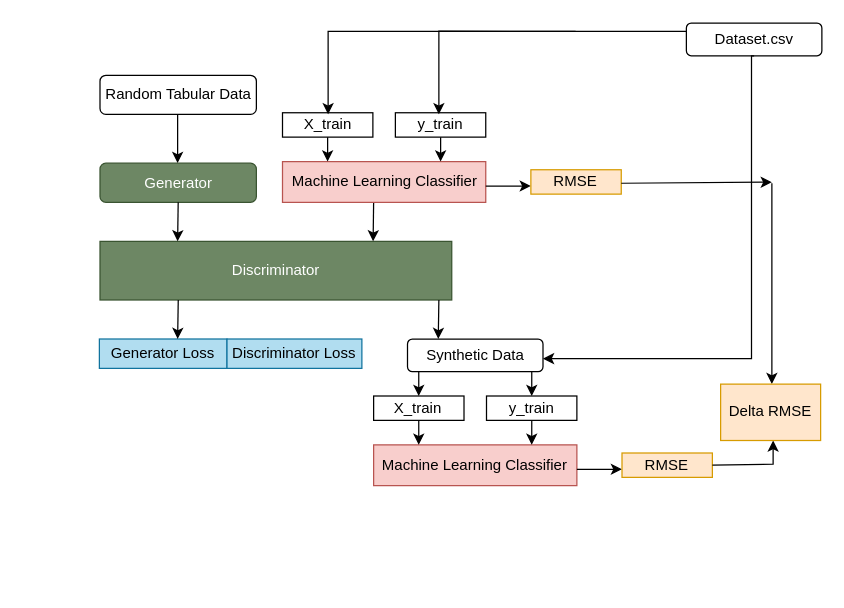
The draw.io diagram Untitled Diagram.drawio in Hameon4/Vanilla-GAN-Based-Training-for-Binary-Classifier, before the edit. Source tidied: cells renumbered, new cells numbered last; positions are measured from the earlier drawing's top-left corner, leaving out a move shared by most shapes. Both pictures are drawn from the tidied source at 125%, with x=0, y=0 at pixel (21, 22).
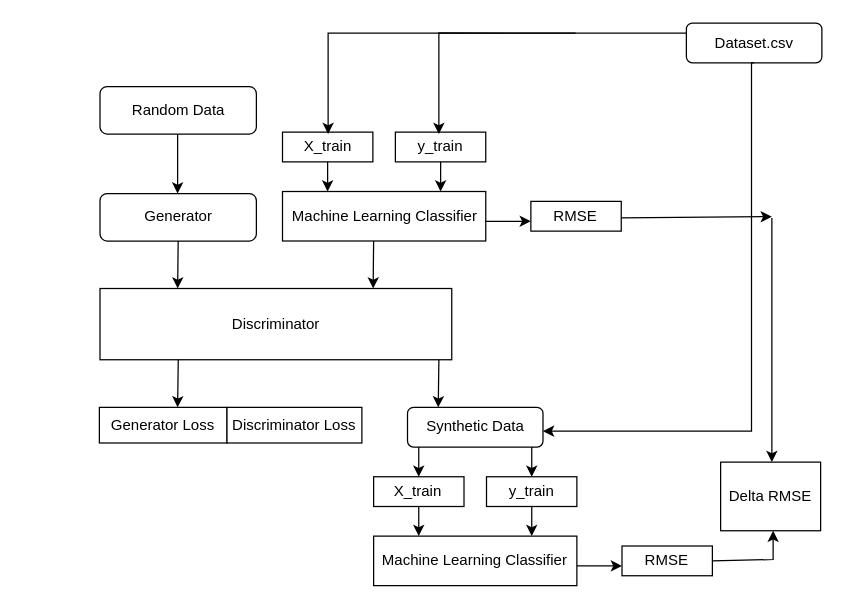
The same diagram, later.

Change to the diagram source:
```diff
@@
     <mxCell id="2" style="group;" parent="1" vertex="1">
-      <mxGeometry width="640" height="370" as="geometry" />
+      <mxGeometry width="640" height="450" as="geometry" />
     </mxCell>
     <mxCell id="3" style="group;" parent="2" vertex="1">
-      <mxGeometry width="640" height="370" as="geometry" />
+      <mxGeometry width="640" height="450" as="geometry" />
     </mxCell>
-    <mxCell id="4" value="Random Tabular Data" style="rounded=1;whiteSpace=wrap;html=1;fontSize=12;glass=0;strokeWidth=1;shadow=0;" parent="3" vertex="1">
-      <mxGeometry x="62.5" y="41.7" width="125.1" height="31.3" as="geometry" />
+    <mxCell id="4" value="Random Data" style="rounded=1;whiteSpace=wrap;html=1;fontSize=12;glass=0;strokeWidth=1;shadow=0;" parent="3" vertex="1">
+      <mxGeometry x="62.5" y="50.7" width="125.1" height="38" as="geometry" />
     </mxCell>
-    <mxCell id="5" value="Discriminator" style="rounded=0;whiteSpace=wrap;html=1;fillColor=#6d8764;fontColor=#ffffff;strokeColor=#3A5431;" parent="3" vertex="1">
-      <mxGeometry x="62.5" y="174.6" width="281.4" height="46.9" as="geometry" />
+    <mxCell id="5" value="&lt;font color=&quot;#000000&quot;&gt;Discriminator&lt;/font&gt;" style="rounded=0;whiteSpace=wrap;html=1;fillColor=#FFFFFF;fontColor=#ffffff;strokeColor=#000000;" parent="3" vertex="1">
+      <mxGeometry x="62.5" y="212.3" width="281.4" height="57" as="geometry" />
     </mxCell>
-    <mxCell id="6" value="Generator" style="rounded=1;whiteSpace=wrap;html=1;fillColor=#6d8764;fontColor=#ffffff;strokeColor=#3A5431;" parent="3" vertex="1">
-      <mxGeometry x="62.5" y="112" width="125.1" height="31.3" as="geometry" />
+    <mxCell id="6" value="&lt;font color=&quot;#000000&quot;&gt;Generator&lt;/font&gt;" style="rounded=1;whiteSpace=wrap;html=1;fillColor=#FFFFFF;fontColor=#ffffff;strokeColor=#000000;" parent="3" vertex="1">
+      <mxGeometry x="62.5" y="136.3" width="125.1" height="38" as="geometry" />
     </mxCell>
-    <mxCell id="7" value="Generator&amp;nbsp;Loss" style="rounded=0;whiteSpace=wrap;html=1;fillColor=#b1ddf0;strokeColor=#10739e;" parent="3" vertex="1">
-      <mxGeometry x="62" y="252.7" width="102.1" height="23.5" as="geometry" />
+    <mxCell id="7" value="Generator&amp;nbsp;Loss" style="rounded=0;whiteSpace=wrap;html=1;fillColor=#FFFFFF;strokeColor=#000000;" parent="3" vertex="1">
+      <mxGeometry x="62" y="307.4" width="102.1" height="28.5" as="geometry" />
     </mxCell>
-    <mxCell id="8" value="Discriminator Loss" style="rounded=0;whiteSpace=wrap;html=1;fillColor=#b1ddf0;strokeColor=#10739e;" parent="3" vertex="1">
-      <mxGeometry x="164.1" y="252.7" width="107.9" height="23.5" as="geometry" />
+    <mxCell id="8" value="Discriminator Loss" style="rounded=0;whiteSpace=wrap;html=1;fillColor=#FFFFFF;strokeColor=#000000;" parent="3" vertex="1">
+      <mxGeometry x="164.1" y="307.4" width="107.9" height="28.5" as="geometry" />
     </mxCell>
     <mxCell id="9" style="endArrow=classic;html=1;rounded=0;" parent="3" edge="1">
       <mxGeometry relative="1" as="geometry">
-        <mxPoint x="124.6" y="73" as="sourcePoint" />
-        <mxPoint x="124.6" y="112" as="targetPoint" />
+        <mxPoint x="124.6" y="88.7" as="sourcePoint" />
+        <mxPoint x="124.6" y="136.3" as="targetPoint" />
       </mxGeometry>
     </mxCell>
     <mxCell id="10" style="endArrow=classic;html=1;rounded=0;exitX=0.5;exitY=1;exitDx=0;exitDy=0;" parent="3" edge="1" source="6">
       <mxGeometry relative="1" as="geometry">
-        <mxPoint x="124.6" y="174.6" as="targetPoint" />
+        <mxPoint x="124.6" y="212.3" as="targetPoint" />
       </mxGeometry>
     </mxCell>
     <mxCell id="11" style="endArrow=classic;html=1;rounded=0;exitX=0.5;exitY=1;exitDx=0;exitDy=0;" parent="3" edge="1">
       <mxGeometry relative="1" as="geometry">
-        <mxPoint x="281.4" y="143.3" as="sourcePoint" />
-        <mxPoint x="281" y="174.6" as="targetPoint" />
+        <mxPoint x="281.4" y="174.3" as="sourcePoint" />
+        <mxPoint x="281" y="212.3" as="targetPoint" />
       </mxGeometry>
     </mxCell>
     <mxCell id="12" style="endArrow=classic;html=1;rounded=0;exitX=0.5;exitY=1;exitDx=0;exitDy=0;" parent="3" edge="1">
       <mxGeometry relative="1" as="geometry">
-        <mxPoint x="333.6" y="221.5" as="sourcePoint" />
-        <mxPoint x="333.1" y="252.7" as="targetPoint" />
+        <mxPoint x="333.6" y="269.4" as="sourcePoint" />
+        <mxPoint x="333.1" y="307.4" as="targetPoint" />
       </mxGeometry>
     </mxCell>
     <mxCell id="13" style="endArrow=classic;html=1;rounded=0;exitX=0.5;exitY=1;exitDx=0;exitDy=0;" parent="3" edge="1">
       <mxGeometry relative="1" as="geometry">
-        <mxPoint x="125.1" y="221.5" as="sourcePoint" />
-        <mxPoint x="124.6" y="252.7" as="targetPoint" />
+        <mxPoint x="125.1" y="269.4" as="sourcePoint" />
+        <mxPoint x="124.6" y="307.4" as="targetPoint" />
       </mxGeometry>
     </mxCell>
     <mxCell id="14" style="group;" parent="3" vertex="1">
-      <mxGeometry x="281.4" y="252.7" width="271" height="117.3" as="geometry" />
+      <mxGeometry x="281.4" y="307.4" width="271" height="142.6" as="geometry" />
     </mxCell>
     <mxCell id="15" style="group;" parent="14" vertex="1">
-      <mxGeometry width="162.6" height="117.3" as="geometry" />
+      <mxGeometry width="162.6" height="142.6" as="geometry" />
     </mxCell>
     <mxCell id="16" value="Synthetic Data" style="rounded=1;whiteSpace=wrap;html=1;fontSize=12;glass=0;strokeWidth=1;shadow=0;" parent="15" vertex="1">
-      <mxGeometry x="27.1" width="108.4" height="26.1" as="geometry" />
+      <mxGeometry x="27.1" width="108.4" height="31.7" as="geometry" />
     </mxCell>
     <mxCell id="17" value="X_train" style="rounded=0;whiteSpace=wrap;html=1;" parent="15" vertex="1">
-      <mxGeometry y="45.6" width="72.3" height="19.5" as="geometry" />
+      <mxGeometry y="55.5" width="72.3" height="23.8" as="geometry" />
     </mxCell>
     <mxCell id="18" value="y_train" style="rounded=0;whiteSpace=wrap;html=1;" parent="15" vertex="1">
-      <mxGeometry x="90.3" y="45.6" width="72.3" height="19.5" as="geometry" />
+      <mxGeometry x="90.3" y="55.5" width="72.3" height="23.8" as="geometry" />
     </mxCell>
     <mxCell id="19" style="endArrow=classic;html=1;rounded=0;" parent="15" edge="1">
       <mxGeometry relative="1" as="geometry">
-        <mxPoint x="36.1" y="26.1" as="sourcePoint" />
-        <mxPoint x="36.1" y="45.6" as="targetPoint" />
+        <mxPoint x="36.1" y="31.7" as="sourcePoint" />
+        <mxPoint x="36.1" y="55.5" as="targetPoint" />
       </mxGeometry>
     </mxCell>
     <mxCell id="20" style="endArrow=classic;html=1;rounded=0;" parent="15" edge="1">
       <mxGeometry relative="1" as="geometry">
-        <mxPoint x="126.5" y="26.1" as="sourcePoint" />
-        <mxPoint x="126.5" y="45.6" as="targetPoint" />
+        <mxPoint x="126.5" y="31.7" as="sourcePoint" />
+        <mxPoint x="126.5" y="55.5" as="targetPoint" />
       </mxGeometry>
     </mxCell>
-    <mxCell id="21" value="Machine Learning Classifier" style="rounded=0;whiteSpace=wrap;html=1;fillColor=#f8cecc;strokeColor=#b85450;" parent="15" vertex="1">
-      <mxGeometry y="84.7" width="162.6" height="32.6" as="geometry" />
+    <mxCell id="21" value="Machine Learning Classifier" style="rounded=0;whiteSpace=wrap;html=1;fillColor=#FFFFFF;strokeColor=#000000;" parent="15" vertex="1">
+      <mxGeometry y="103" width="162.6" height="39.6" as="geometry" />
     </mxCell>
     <mxCell id="22" style="endArrow=classic;html=1;rounded=0;" parent="15" edge="1">
       <mxGeometry relative="1" as="geometry">
-        <mxPoint x="36.1" y="65.1" as="sourcePoint" />
-        <mxPoint x="36.1" y="84.7" as="targetPoint" />
+        <mxPoint x="36.1" y="79.2" as="sourcePoint" />
+        <mxPoint x="36.1" y="103" as="targetPoint" />
       </mxGeometry>
     </mxCell>
     <mxCell id="23" style="endArrow=classic;html=1;rounded=0;" parent="15" edge="1">
       <mxGeometry relative="1" as="geometry">
-        <mxPoint x="126.5" y="65.1" as="sourcePoint" />
-        <mxPoint x="126.5" y="84.7" as="targetPoint" />
+        <mxPoint x="126.5" y="79.2" as="sourcePoint" />
+        <mxPoint x="126.5" y="103" as="targetPoint" />
       </mxGeometry>
     </mxCell>
     <mxCell id="24" style="endArrow=classic;html=1;rounded=0;" parent="14" edge="1">
       <mxGeometry relative="1" as="geometry">
-        <mxPoint x="162.6" y="104.2" as="sourcePoint" />
-        <mxPoint x="198.7" y="104.2" as="targetPoint" />
+        <mxPoint x="162.6" y="126.8" as="sourcePoint" />
+        <mxPoint x="198.7" y="126.8" as="targetPoint" />
       </mxGeometry>
     </mxCell>
-    <mxCell id="25" value="RMSE" style="rounded=0;whiteSpace=wrap;html=1;fillColor=#ffe6cc;strokeColor=#d79b00;" parent="14" vertex="1">
-      <mxGeometry x="198.7" y="91.2" width="72.3" height="19.5" as="geometry" />
+    <mxCell id="25" value="RMSE" style="rounded=0;whiteSpace=wrap;html=1;fillColor=#FFFFFF;strokeColor=#000000;" parent="14" vertex="1">
+      <mxGeometry x="198.7" y="110.9" width="72.3" height="23.8" as="geometry" />
     </mxCell>
     <mxCell id="26" style="group;" parent="3" vertex="1">
-      <mxGeometry x="208.5" y="26.1" width="271" height="117.3" as="geometry" />
+      <mxGeometry x="208.5" y="31.7" width="271" height="142.6" as="geometry" />
     </mxCell>
-    <mxCell id="27" style="group;" parent="26" vertex="1">
-      <mxGeometry width="162.6" height="117.3" as="geometry" />
+    <mxCell id="27" style="group;fillColor=#FFFFFF;" parent="26" vertex="1">
+      <mxGeometry width="162.6" height="142.6" as="geometry" />
     </mxCell>
     <mxCell id="28" value="X_train" style="rounded=0;whiteSpace=wrap;html=1;" parent="27" vertex="1">
-      <mxGeometry y="45.6" width="72.3" height="19.5" as="geometry" />
+      <mxGeometry y="55.5" width="72.3" height="23.8" as="geometry" />
     </mxCell>
     <mxCell id="29" value="y_train" style="rounded=0;whiteSpace=wrap;html=1;" parent="27" vertex="1">
-      <mxGeometry x="90.3" y="45.6" width="72.3" height="19.5" as="geometry" />
+      <mxGeometry x="90.3" y="55.5" width="72.3" height="23.8" as="geometry" />
     </mxCell>
-    <mxCell id="30" value="Machine Learning Classifier" style="rounded=0;whiteSpace=wrap;html=1;fillColor=#f8cecc;strokeColor=#b85450;" parent="27" vertex="1">
-      <mxGeometry y="84.7" width="162.6" height="32.6" as="geometry" />
+    <mxCell id="30" value="Machine Learning Classifier" style="rounded=0;whiteSpace=wrap;html=1;fillColor=#FFFFFF;strokeColor=#000000;" parent="27" vertex="1">
+      <mxGeometry y="103" width="162.6" height="39.6" as="geometry" />
     </mxCell>
     <mxCell id="31" style="endArrow=classic;html=1;rounded=0;" parent="27" edge="1">
       <mxGeometry relative="1" as="geometry">
-        <mxPoint x="36.1" y="65.1" as="sourcePoint" />
-        <mxPoint x="36.1" y="84.7" as="targetPoint" />
+        <mxPoint x="36.1" y="79.2" as="sourcePoint" />
+        <mxPoint x="36.1" y="103" as="targetPoint" />
       </mxGeometry>
     </mxCell>
     <mxCell id="32" style="endArrow=classic;html=1;rounded=0;" parent="27" edge="1">
       <mxGeometry relative="1" as="geometry">
-        <mxPoint x="126.5" y="65.1" as="sourcePoint" />
-        <mxPoint x="126.5" y="84.7" as="targetPoint" />
+        <mxPoint x="126.5" y="79.2" as="sourcePoint" />
+        <mxPoint x="126.5" y="103" as="targetPoint" />
       </mxGeometry>
     </mxCell>
     <mxCell id="33" style="edgeStyle=segmentEdgeStyle;endArrow=classic;html=1;rounded=0;exitX=0;exitY=0.25;exitDx=0;exitDy=0;" parent="27" edge="1" source="36">
       <mxGeometry relative="1" as="geometry">
-        <mxPoint x="125.1" y="46.9" as="targetPoint" />
+        <mxPoint x="125.1" y="57" as="targetPoint" />
       </mxGeometry>
     </mxCell>
     <mxCell id="34" style="endArrow=classic;html=1;rounded=0;" parent="26" edge="1">
       <mxGeometry relative="1" as="geometry">
-        <mxPoint x="162.6" y="104.2" as="sourcePoint" />
-        <mxPoint x="198.7" y="104.2" as="targetPoint" />
+        <mxPoint x="162.6" y="126.8" as="sourcePoint" />
+        <mxPoint x="198.7" y="126.8" as="targetPoint" />
       </mxGeometry>
     </mxCell>
-    <mxCell id="35" value="RMSE" style="rounded=0;whiteSpace=wrap;html=1;fillColor=#ffe6cc;strokeColor=#d79b00;" parent="26" vertex="1">
-      <mxGeometry x="198.7" y="91.2" width="72.3" height="19.5" as="geometry" />
+    <mxCell id="35" value="RMSE" style="rounded=0;whiteSpace=wrap;html=1;fillColor=#FFFFFF;strokeColor=#000000;" parent="26" vertex="1">
+      <mxGeometry x="198.7" y="110.9" width="72.3" height="23.8" as="geometry" />
     </mxCell>
     <mxCell id="36" value="Dataset.csv" style="rounded=1;whiteSpace=wrap;html=1;fontSize=12;glass=0;strokeWidth=1;shadow=0;" parent="3" vertex="1">
-      <mxGeometry x="531.6" width="108.4" height="26.1" as="geometry" />
+      <mxGeometry x="531.6" width="108.4" height="31.7" as="geometry" />
     </mxCell>
     <mxCell id="37" style="edgeStyle=segmentEdgeStyle;endArrow=classic;html=1;rounded=0;exitX=0.5;exitY=1;exitDx=0;exitDy=0;" parent="3" edge="1" source="36">
       <mxGeometry relative="1" as="geometry">
-        <mxPoint x="416.9" y="268.4" as="targetPoint" />
+        <mxPoint x="416.9" y="326.4" as="targetPoint" />
         <Array as="points">
-          <mxPoint x="583.7" y="26.1" />
+          <mxPoint x="583.7" y="31.7" />
         </Array>
       </mxGeometry>
     </mxCell>
     <mxCell id="38" style="edgeStyle=segmentEdgeStyle;endArrow=classic;html=1;rounded=0;exitX=0;exitY=0.25;exitDx=0;exitDy=0;" parent="3" edge="1">
       <mxGeometry relative="1" as="geometry">
-        <mxPoint x="443" y="6.5" as="sourcePoint" />
-        <mxPoint x="245" y="73" as="targetPoint" />
+        <mxPoint x="443" y="7.9" as="sourcePoint" />
+        <mxPoint x="245" y="88.7" as="targetPoint" />
       </mxGeometry>
     </mxCell>
     <mxCell id="39" style="endArrow=classic;html=1;rounded=0;" parent="3" edge="1">
       <mxGeometry relative="1" as="geometry">
-        <mxPoint x="479.5" y="128.1" as="sourcePoint" />
-        <mxPoint x="600" y="127.2" as="targetPoint" />
+        <mxPoint x="479.5" y="155.8" as="sourcePoint" />
+        <mxPoint x="600" y="154.8" as="targetPoint" />
       </mxGeometry>
     </mxCell>
     <mxCell id="40" style="endArrow=classic;html=1;rounded=0;exitX=1;exitY=0.5;exitDx=0;exitDy=0;" parent="3" edge="1" source="25">
       <mxGeometry relative="1" as="geometry">
-        <mxPoint x="601" y="333.9" as="targetPoint" />
+        <mxPoint x="601" y="406.1" as="targetPoint" />
         <Array as="points">
-          <mxPoint x="601" y="352.9" />
+          <mxPoint x="601" y="429.1" />
         </Array>
       </mxGeometry>
     </mxCell>
     <mxCell id="41" style="endArrow=classic;html=1;rounded=0;" parent="3" edge="1">
       <mxGeometry relative="1" as="geometry">
-        <mxPoint x="600" y="128.1" as="sourcePoint" />
-        <mxPoint x="600" y="288.8" as="targetPoint" />
+        <mxPoint x="600" y="155.8" as="sourcePoint" />
+        <mxPoint x="600" y="351.2" as="targetPoint" />
       </mxGeometry>
     </mxCell>
-    <mxCell id="42" value="Delta RMSE" style="whiteSpace=wrap;html=1;fillColor=#ffe6cc;strokeColor=#d79b00;" parent="2" vertex="1">
-      <mxGeometry x="559" y="288.8" width="80" height="45.1" as="geometry" />
+    <mxCell id="42" value="Delta RMSE" style="whiteSpace=wrap;html=1;fillColor=#FFFFFF;strokeColor=#000000;" parent="2" vertex="1">
+      <mxGeometry x="559" y="351.2" width="80" height="54.9" as="geometry" />
     </mxCell>
```
